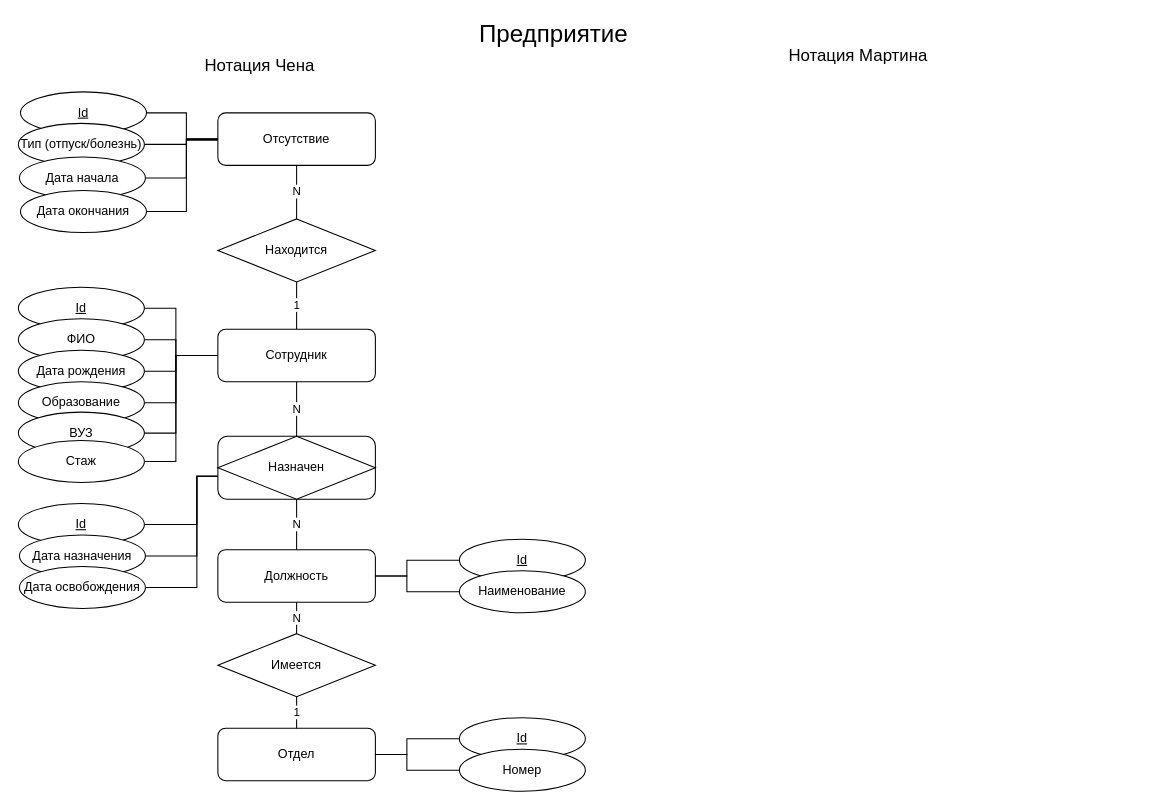
Before: solutions/4.company.drawio in kireyevsv/nsu-course-databases-lab-er, a draw.io diagram. Source tidied: cells renumbered, new cells numbered last; positions are measured from the earlier drawing's top-left corner, leaving out a move shared by most shapes. Both pictures are drawn from the tidied source at 105%, with x=0, y=0 at pixel (18, 18).
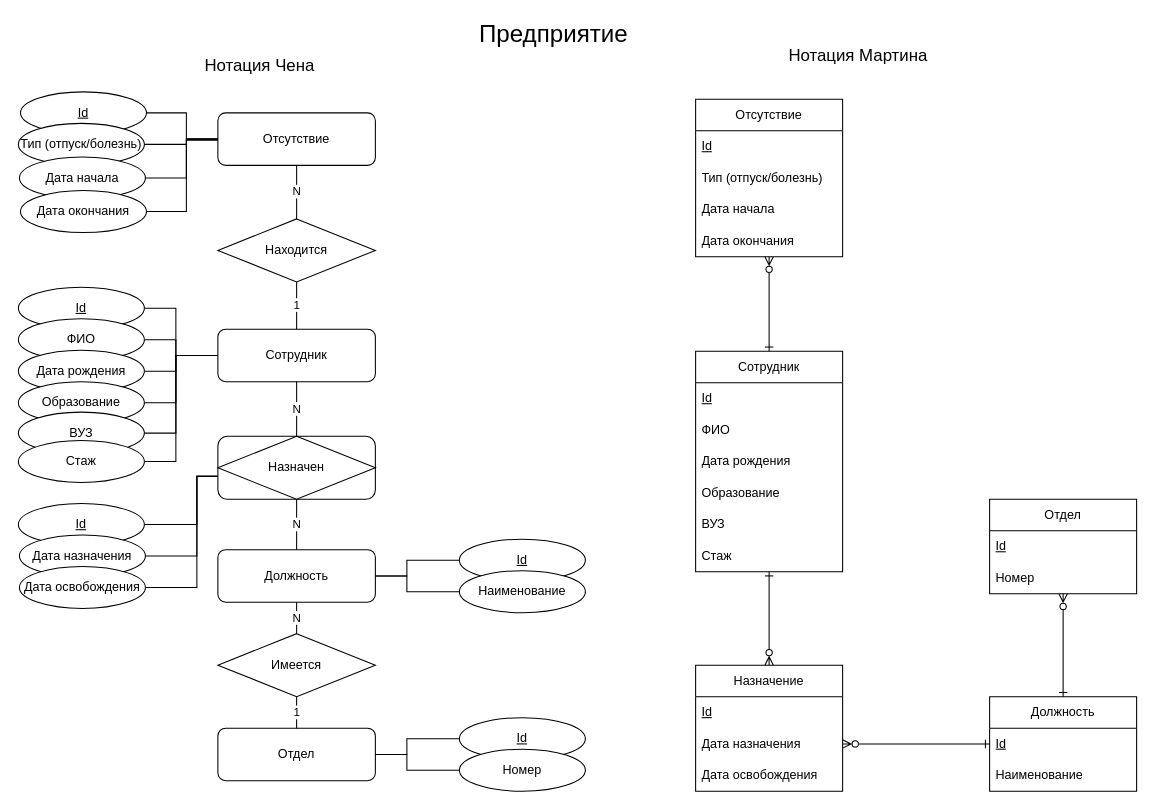
The same diagram, later.

Change to the diagram source:
```diff
@@
+    <mxCell id="53" value="Назначение" style="swimlane;fontStyle=0;horizontal=1;startSize=30;whiteSpace=wrap;html=1;" parent="1" vertex="1">
+      <mxGeometry x="645" y="616" width="140" height="120" as="geometry" />
+    </mxCell>
+    <mxCell id="54" value="Id" style="text;strokeColor=none;fillColor=none;align=left;verticalAlign=middle;spacingLeft=4;spacingRight=4;overflow=hidden;whiteSpace=wrap;html=1;fontStyle=4;" parent="53" vertex="1">
+      <mxGeometry y="30" width="140" height="30" as="geometry" />
+    </mxCell>
+    <mxCell id="55" value="Дата назначения" style="text;strokeColor=none;fillColor=none;align=left;verticalAlign=middle;spacingLeft=4;spacingRight=4;overflow=hidden;whiteSpace=wrap;html=1;" parent="53" vertex="1">
+      <mxGeometry y="60" width="140" height="30" as="geometry" />
+    </mxCell>
+    <mxCell id="56" value="Дата освобождения" style="text;strokeColor=none;fillColor=none;align=left;verticalAlign=middle;spacingLeft=4;spacingRight=4;overflow=hidden;whiteSpace=wrap;html=1;" parent="53" vertex="1">
+      <mxGeometry y="90" width="140" height="30" as="geometry" />
+    </mxCell>
+    <mxCell id="57" value="Отсутствие" style="swimlane;fontStyle=0;horizontal=1;startSize=30;whiteSpace=wrap;html=1;" parent="1" vertex="1">
+      <mxGeometry x="645" y="77" width="140" height="150" as="geometry" />
+    </mxCell>
+    <mxCell id="58" value="Id" style="text;strokeColor=none;fillColor=none;align=left;verticalAlign=middle;spacingLeft=4;spacingRight=4;overflow=hidden;whiteSpace=wrap;html=1;fontStyle=4;" parent="57" vertex="1">
+      <mxGeometry y="30" width="140" height="30" as="geometry" />
+    </mxCell>
+    <mxCell id="59" value="&lt;span style=&quot;text-align: center;&quot;&gt;Тип (отпуск/болезнь)&lt;/span&gt;" style="text;strokeColor=none;fillColor=none;align=left;verticalAlign=middle;spacingLeft=4;spacingRight=4;overflow=hidden;whiteSpace=wrap;html=1;" parent="57" vertex="1">
+      <mxGeometry y="60" width="140" height="30" as="geometry" />
+    </mxCell>
+    <mxCell id="60" value="Дата начала" style="text;strokeColor=none;fillColor=none;align=left;verticalAlign=middle;spacingLeft=4;spacingRight=4;overflow=hidden;whiteSpace=wrap;html=1;" parent="57" vertex="1">
+      <mxGeometry y="90" width="140" height="30" as="geometry" />
+    </mxCell>
+    <mxCell id="61" value="Дата окончания" style="text;strokeColor=none;fillColor=none;align=left;verticalAlign=middle;spacingLeft=4;spacingRight=4;overflow=hidden;whiteSpace=wrap;html=1;" parent="57" vertex="1">
+      <mxGeometry y="120" width="140" height="30" as="geometry" />
+    </mxCell>
+    <mxCell id="62" style="edgeStyle=orthogonalEdgeStyle;rounded=0;jettySize=auto;html=1;startArrow=ERone;startFill=0;endArrow=ERzeroToMany;endFill=0;" parent="1" edge="1" source="63" target="57">
+      <mxGeometry relative="1" as="geometry">
+        <Array as="points">
+          <mxPoint x="715" y="250" />
+          <mxPoint x="715" y="250" />
+        </Array>
+      </mxGeometry>
+    </mxCell>
+    <mxCell id="63" value="Сотрудник" style="swimlane;fontStyle=0;horizontal=1;startSize=30;whiteSpace=wrap;html=1;" parent="1" vertex="1">
+      <mxGeometry x="645" y="317" width="140" height="210" as="geometry" />
+    </mxCell>
+    <mxCell id="64" value="Id" style="text;strokeColor=none;fillColor=none;align=left;verticalAlign=middle;spacingLeft=4;spacingRight=4;overflow=hidden;whiteSpace=wrap;html=1;fontStyle=4;" parent="63" vertex="1">
+      <mxGeometry y="30" width="140" height="30" as="geometry" />
+    </mxCell>
+    <mxCell id="65" value="ФИО" style="text;strokeColor=none;fillColor=none;align=left;verticalAlign=middle;spacingLeft=4;spacingRight=4;overflow=hidden;whiteSpace=wrap;html=1;" parent="63" vertex="1">
+      <mxGeometry y="60" width="140" height="30" as="geometry" />
+    </mxCell>
+    <mxCell id="66" value="Дата рождения" style="text;strokeColor=none;fillColor=none;align=left;verticalAlign=middle;spacingLeft=4;spacingRight=4;overflow=hidden;whiteSpace=wrap;html=1;" parent="63" vertex="1">
+      <mxGeometry y="90" width="140" height="30" as="geometry" />
+    </mxCell>
+    <mxCell id="67" value="Образование" style="text;strokeColor=none;fillColor=none;align=left;verticalAlign=middle;spacingLeft=4;spacingRight=4;overflow=hidden;whiteSpace=wrap;html=1;" parent="63" vertex="1">
+      <mxGeometry y="120" width="140" height="30" as="geometry" />
+    </mxCell>
+    <mxCell id="68" value="ВУЗ" style="text;strokeColor=none;fillColor=none;align=left;verticalAlign=middle;spacingLeft=4;spacingRight=4;overflow=hidden;whiteSpace=wrap;html=1;" parent="63" vertex="1">
+      <mxGeometry y="150" width="140" height="30" as="geometry" />
+    </mxCell>
+    <mxCell id="69" value="Стаж" style="text;strokeColor=none;fillColor=none;align=left;verticalAlign=middle;spacingLeft=4;spacingRight=4;overflow=hidden;whiteSpace=wrap;html=1;" parent="63" vertex="1">
+      <mxGeometry y="180" width="140" height="30" as="geometry" />
+    </mxCell>
+    <mxCell id="70" style="edgeStyle=orthogonalEdgeStyle;rounded=0;jettySize=auto;html=1;endArrow=ERzeroToMany;endFill=0;startArrow=ERone;startFill=0;" parent="1" edge="1" source="71" target="53">
+      <mxGeometry relative="1" as="geometry">
+        <Array as="points">
+          <mxPoint x="815" y="691" />
+          <mxPoint x="815" y="691" />
+        </Array>
+      </mxGeometry>
+    </mxCell>
+    <mxCell id="71" value="Должность" style="swimlane;fontStyle=0;horizontal=1;startSize=30;whiteSpace=wrap;html=1;" parent="1" vertex="1">
+      <mxGeometry x="925" y="646" width="140" height="90" as="geometry" />
+    </mxCell>
+    <mxCell id="72" value="Id" style="text;strokeColor=none;fillColor=none;align=left;verticalAlign=middle;spacingLeft=4;spacingRight=4;overflow=hidden;whiteSpace=wrap;html=1;fontStyle=4;" parent="71" vertex="1">
+      <mxGeometry y="30" width="140" height="30" as="geometry" />
+    </mxCell>
+    <mxCell id="73" value="Наименование" style="text;strokeColor=none;fillColor=none;align=left;verticalAlign=middle;spacingLeft=4;spacingRight=4;overflow=hidden;whiteSpace=wrap;html=1;" parent="71" vertex="1">
+      <mxGeometry y="60" width="140" height="30" as="geometry" />
+    </mxCell>
+    <mxCell id="74" style="edgeStyle=orthogonalEdgeStyle;rounded=0;jettySize=auto;html=1;endArrow=ERzeroToMany;endFill=0;startArrow=ERone;startFill=0;" parent="1" edge="1" source="71" target="75">
+      <mxGeometry relative="1" as="geometry">
+        <Array as="points">
+          <mxPoint x="945" y="470" />
+          <mxPoint x="945" y="470" />
+        </Array>
+      </mxGeometry>
+    </mxCell>
+    <mxCell id="75" value="Отдел" style="swimlane;fontStyle=0;horizontal=1;startSize=30;whiteSpace=wrap;html=1;" parent="1" vertex="1">
+      <mxGeometry x="925" y="458" width="140" height="90" as="geometry" />
+    </mxCell>
+    <mxCell id="76" value="Id" style="text;strokeColor=none;fillColor=none;align=left;verticalAlign=middle;spacingLeft=4;spacingRight=4;overflow=hidden;whiteSpace=wrap;html=1;fontStyle=4;" parent="75" vertex="1">
+      <mxGeometry y="30" width="140" height="30" as="geometry" />
+    </mxCell>
+    <mxCell id="77" value="Номер" style="text;strokeColor=none;fillColor=none;align=left;verticalAlign=middle;spacingLeft=4;spacingRight=4;overflow=hidden;whiteSpace=wrap;html=1;" parent="75" vertex="1">
+      <mxGeometry y="60" width="140" height="30" as="geometry" />
+    </mxCell>
+    <mxCell id="78" style="edgeStyle=orthogonalEdgeStyle;rounded=0;jettySize=auto;html=1;startArrow=ERone;startFill=0;endArrow=ERzeroToMany;endFill=0;" parent="1" edge="1" source="63" target="53">
+      <mxGeometry relative="1" as="geometry">
+        <Array as="points">
+          <mxPoint x="715" y="580" />
+          <mxPoint x="715" y="580" />
+        </Array>
+      </mxGeometry>
+    </mxCell>
```
